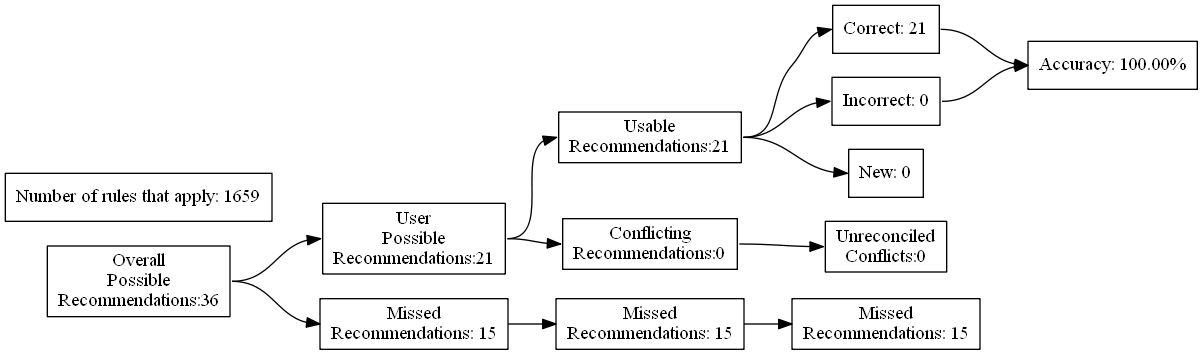
This is test_renders/12.gv.png from ZaxR/ibd_diet_analysis, a Graphviz export, as it was before one commit. Its source is kept beside it as test_renders/12.gv.
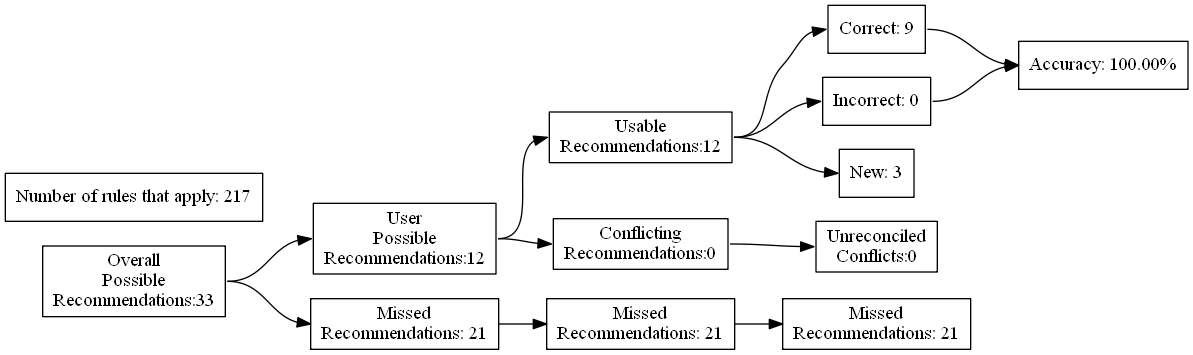
Above is the later version.

Diff of the diagram source:
```diff
@@ -4,27 +4,27 @@
 	edge [headport=w tailport=e]
 		A [label="Overall
 Possible
-Recommendations:36"]
+Recommendations:33"]
 		B [label="User
 Possible
-Recommendations:21"]
+Recommendations:12"]
 		C [label="Missed
-Recommendations: 15"]
+Recommendations: 21"]
 		D [label="Usable
-Recommendations:21"]
+Recommendations:12"]
 		E [label="Conflicting
 Recommendations:0"]
 		J [label="Missed
-Recommendations: 15"]
+Recommendations: 21"]
 		M [label="Unreconciled
 Conflicts:0"]
-		F [label="Correct: 21"]
+		F [label="Correct: 9"]
 		G [label="Incorrect: 0"]
-		H [label="New: 0"]
+		H [label="New: 3"]
 		K [label="Missed
-Recommendations: 15"]
+Recommendations: 21"]
 		I [label="Accuracy: 100.00%"]
-		l [label="Number of rules that apply: 1659"]
+		l [label="Number of rules that apply: 217"]
 			A -> B
 			A -> C
 			B -> D
```
